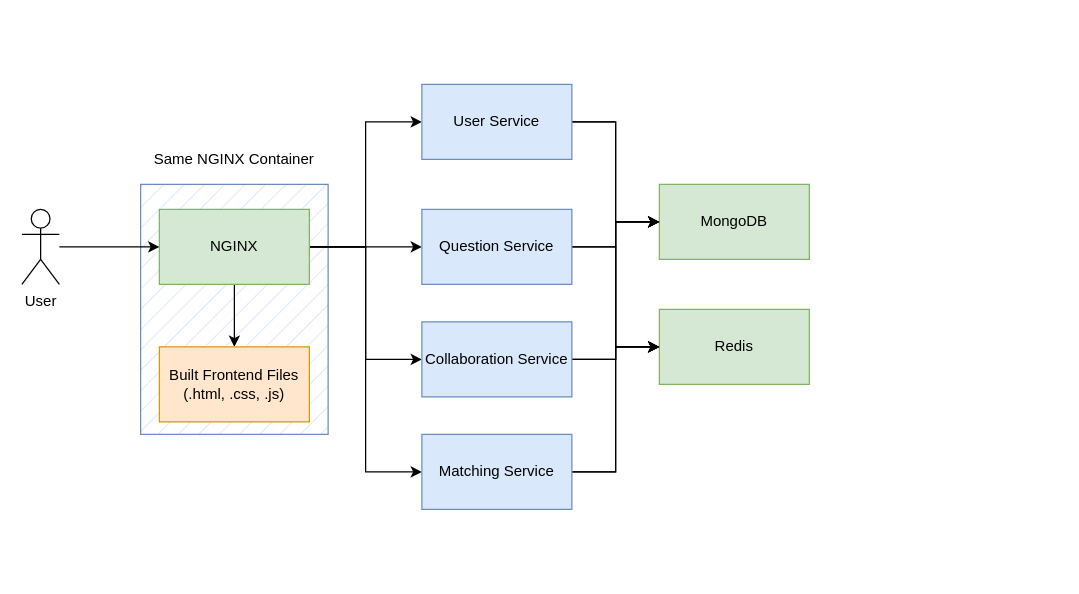
realqijun/cs3219-ay2526s1-project-g05 keeps this draw.io diagram as docs/Overall Diagram.drawio. Above is the earlier version. Source tidied: cells renumbered, new cells numbered last; positions are measured from the earlier drawing's top-left corner, leaving out a move shared by most shapes. Both pictures are drawn from the tidied source at 125%, with x=0, y=0 at pixel (21, 84).
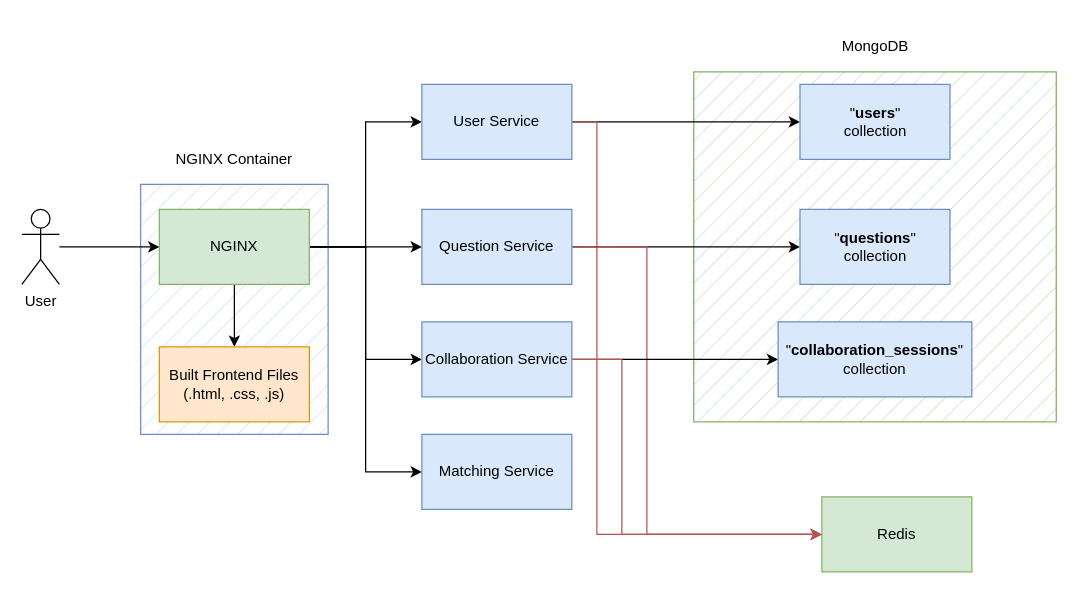
Above is the later version.

The change refers to these unchanged cells:
```xml
<mxCell id="16" value="User Service" style="rounded=0;whiteSpace=wrap;html=1;fillColor=#dae8fc;strokeColor=#6c8ebf;" parent="1" vertex="1">
  <mxGeometry x="320" width="120" height="60" as="geometry" />
</mxCell>
<mxCell id="19" value="Question Service" style="rounded=0;whiteSpace=wrap;html=1;fillColor=#dae8fc;strokeColor=#6c8ebf;" parent="1" vertex="1">
  <mxGeometry x="320" y="100" width="120" height="60" as="geometry" />
</mxCell>
<mxCell id="22" value="Collaboration Service" style="rounded=0;whiteSpace=wrap;html=1;fillColor=#dae8fc;strokeColor=#6c8ebf;" parent="1" vertex="1">
  <mxGeometry x="320" y="190" width="120" height="60" as="geometry" />
</mxCell>
<mxCell id="25" value="Matching Service" style="rounded=0;whiteSpace=wrap;html=1;fillColor=#dae8fc;strokeColor=#6c8ebf;" parent="1" vertex="1">
  <mxGeometry x="320" y="280" width="120" height="60" as="geometry" />
</mxCell>
```

Diff of the diagram source:
```diff
@@
-    <mxCell id="3" value="MongoDB" style="rounded=0;whiteSpace=wrap;html=1;fillColor=#d5e8d4;strokeColor=#82b366;" parent="1" vertex="1">
-      <mxGeometry x="510" y="80" width="120" height="60" as="geometry" />
+    <mxCell id="3" style="rounded=0;whiteSpace=wrap;html=1;fillColor=#d5e8d4;strokeColor=#82b366;fillStyle=hatch;" parent="1" vertex="1">
+      <mxGeometry x="537.5" y="-10" width="290" height="280" as="geometry" />
     </mxCell>
     <mxCell id="4" value="Redis" style="rounded=0;whiteSpace=wrap;html=1;fillColor=#d5e8d4;strokeColor=#82b366;" parent="1" vertex="1">
-      <mxGeometry x="510" y="180" width="120" height="60" as="geometry" />
+      <mxGeometry x="640" y="330" width="120" height="60" as="geometry" />
     </mxCell>
@@
-    <mxCell id="14" style="edgeStyle=orthogonalEdgeStyle;rounded=0;jettySize=auto;html=1;entryX=0;entryY=0.5;entryDx=0;entryDy=0;" parent="1" edge="1" source="16" target="3">
-      <mxGeometry relative="1" as="geometry" />
-    </mxCell>
+    <mxCell id="27" style="edgeStyle=orthogonalEdgeStyle;rounded=0;jettySize=auto;html=1;entryX=0;entryY=0.5;entryDx=0;entryDy=0;" parent="1" edge="1" source="16" target="30">
+      <mxGeometry relative="1" as="geometry" />
+    </mxCell>
-    <mxCell id="15" style="edgeStyle=orthogonalEdgeStyle;rounded=0;jettySize=auto;html=1;entryX=0;entryY=0.5;entryDx=0;entryDy=0;" parent="1" edge="1" source="16" target="4">
-      <mxGeometry relative="1" as="geometry" />
+    <mxCell id="15" style="edgeStyle=orthogonalEdgeStyle;rounded=0;jettySize=auto;html=1;entryX=0;entryY=0.5;entryDx=0;entryDy=0;fillColor=#f8cecc;strokeColor=#b85450;" parent="1" edge="1" source="16" target="4">
+      <mxGeometry relative="1" as="geometry">
+        <Array as="points">
+          <mxPoint x="460" y="30" />
+          <mxPoint x="460" y="360" />
+        </Array>
+      </mxGeometry>
     </mxCell>
@@
-    <mxCell id="17" style="edgeStyle=orthogonalEdgeStyle;rounded=0;jettySize=auto;html=1;entryX=0;entryY=0.5;entryDx=0;entryDy=0;" parent="1" edge="1" source="19" target="3">
-      <mxGeometry relative="1" as="geometry" />
-    </mxCell>
+    <mxCell id="28" style="edgeStyle=orthogonalEdgeStyle;rounded=0;jettySize=auto;html=1;" parent="1" edge="1" source="19" target="32">
+      <mxGeometry relative="1" as="geometry" />
+    </mxCell>
-    <mxCell id="18" style="edgeStyle=orthogonalEdgeStyle;rounded=0;jettySize=auto;html=1;entryX=0;entryY=0.5;entryDx=0;entryDy=0;" parent="1" edge="1" source="19" target="4">
-      <mxGeometry relative="1" as="geometry" />
+    <mxCell id="18" style="edgeStyle=orthogonalEdgeStyle;rounded=0;jettySize=auto;html=1;entryX=0;entryY=0.5;entryDx=0;entryDy=0;fillColor=#f8cecc;strokeColor=#b85450;" parent="1" edge="1" source="19" target="4">
+      <mxGeometry relative="1" as="geometry">
+        <Array as="points">
+          <mxPoint x="500" y="130" />
+          <mxPoint x="500" y="360" />
+        </Array>
+      </mxGeometry>
     </mxCell>
@@
-    <mxCell id="20" style="edgeStyle=orthogonalEdgeStyle;rounded=0;jettySize=auto;html=1;entryX=0;entryY=0.5;entryDx=0;entryDy=0;" parent="1" edge="1" source="22" target="3">
-      <mxGeometry relative="1" as="geometry" />
-    </mxCell>
+    <mxCell id="29" style="edgeStyle=orthogonalEdgeStyle;rounded=0;jettySize=auto;html=1;" parent="1" edge="1" source="22" target="33">
+      <mxGeometry relative="1" as="geometry" />
+    </mxCell>
-    <mxCell id="21" style="edgeStyle=orthogonalEdgeStyle;rounded=0;jettySize=auto;html=1;entryX=0;entryY=0.5;entryDx=0;entryDy=0;" parent="1" edge="1" source="22" target="4">
-      <mxGeometry relative="1" as="geometry" />
+    <mxCell id="21" style="edgeStyle=orthogonalEdgeStyle;rounded=0;jettySize=auto;html=1;entryX=0;entryY=0.5;entryDx=0;entryDy=0;fillColor=#f8cecc;strokeColor=#b85450;" parent="1" edge="1" source="22" target="4">
+      <mxGeometry relative="1" as="geometry">
+        <Array as="points">
+          <mxPoint x="480" y="220" />
+          <mxPoint x="480" y="360" />
+        </Array>
+      </mxGeometry>
     </mxCell>
@@
-    <mxCell id="23" style="edgeStyle=orthogonalEdgeStyle;rounded=0;jettySize=auto;html=1;entryX=0;entryY=0.5;entryDx=0;entryDy=0;" parent="1" edge="1" source="25" target="3">
-      <mxGeometry relative="1" as="geometry" />
-    </mxCell>
-    <mxCell id="24" style="edgeStyle=orthogonalEdgeStyle;rounded=0;jettySize=auto;html=1;entryX=0;entryY=0.5;entryDx=0;entryDy=0;" parent="1" edge="1" source="25" target="4">
-      <mxGeometry relative="1" as="geometry" />
-    </mxCell>
@@
-    <mxCell id="26" value="Same NGINX Container" style="text;html=1;whiteSpace=wrap;strokeColor=none;fillColor=none;align=center;verticalAlign=middle;rounded=0;" parent="1" vertex="1">
+    <mxCell id="26" value="NGINX Container" style="text;html=1;whiteSpace=wrap;strokeColor=none;fillColor=none;align=center;verticalAlign=middle;rounded=0;" parent="1" vertex="1">
       <mxGeometry x="100" y="40" width="140" height="40" as="geometry" />
     </mxCell>
+    <mxCell id="30" value="&quot;&lt;b&gt;users&lt;/b&gt;&quot;&lt;div&gt;collection&lt;/div&gt;" style="rounded=0;whiteSpace=wrap;html=1;fillColor=#dae8fc;strokeColor=#6c8ebf;" parent="1" vertex="1">
+      <mxGeometry x="622.5" width="120" height="60" as="geometry" />
+    </mxCell>
+    <mxCell id="31" value="MongoDB" style="text;html=1;whiteSpace=wrap;strokeColor=none;fillColor=none;align=center;verticalAlign=middle;rounded=0;" parent="1" vertex="1">
+      <mxGeometry x="612.5" y="-50" width="140" height="40" as="geometry" />
+    </mxCell>
+    <mxCell id="32" value="&quot;&lt;b&gt;questions&lt;/b&gt;&quot;&lt;div&gt;collection&lt;/div&gt;" style="rounded=0;whiteSpace=wrap;html=1;fillColor=#dae8fc;strokeColor=#6c8ebf;" parent="1" vertex="1">
+      <mxGeometry x="622.5" y="100" width="120" height="60" as="geometry" />
+    </mxCell>
+    <mxCell id="33" value="&quot;&lt;b&gt;collaboration_sessions&lt;/b&gt;&quot;&lt;div&gt;collection&lt;/div&gt;" style="rounded=0;whiteSpace=wrap;html=1;fillColor=#dae8fc;strokeColor=#6c8ebf;" parent="1" vertex="1">
+      <mxGeometry x="605" y="190" width="155" height="60" as="geometry" />
+    </mxCell>
```
